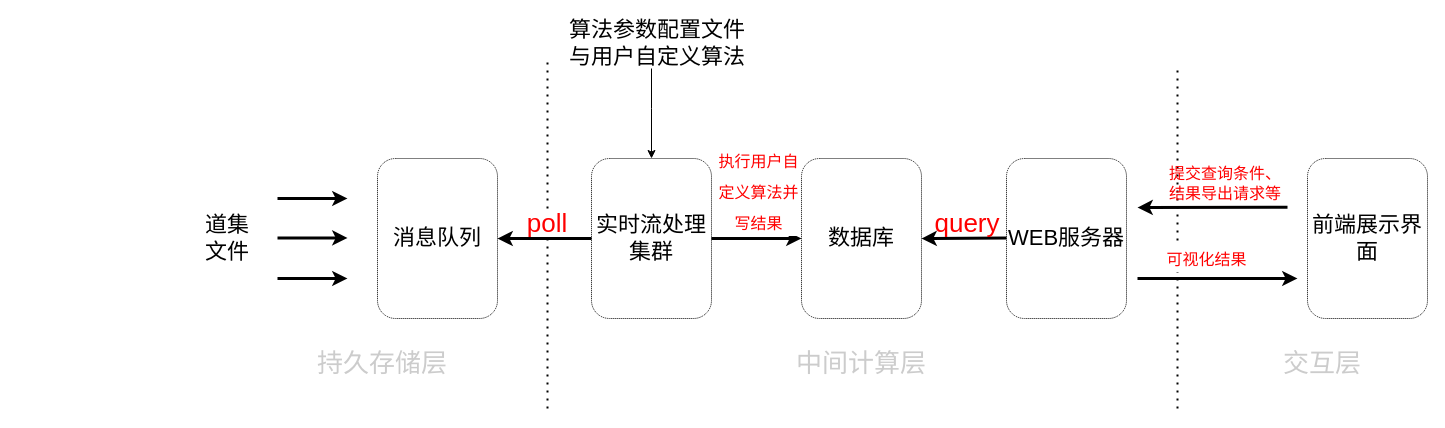
Before: page "Page-1" (1 of 2) of drawio/zsh_demo_structure.drawio in ChaseHuangxu/UselessRepoForSave, a draw.io diagram. Source tidied: cells renumbered, new cells numbered last; positions are measured from the earlier drawing's top-left corner, leaving out a move shared by most shapes. Both pictures are drawn from the tidied source at 100%, with x=0, y=0 at pixel (197, 28).
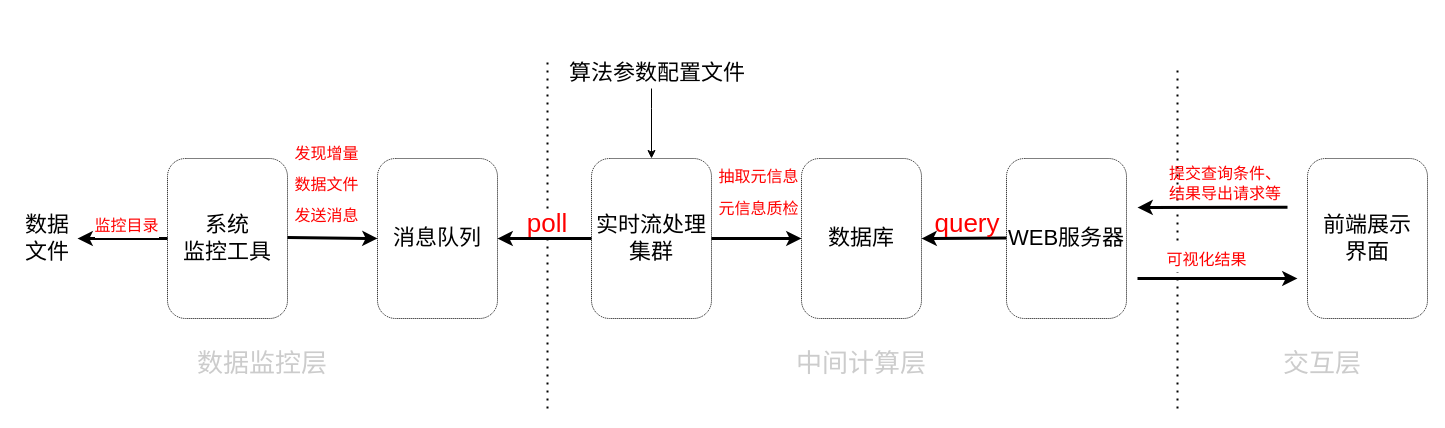
After the change.

Unchanged cells that the change refers to:
```xml
<mxCell id="2" value="&lt;font style=&quot;font-size: 22px&quot;&gt;消息队列&lt;/font&gt;" style="rounded=1;whiteSpace=wrap;html=1;dashed=1;dashPattern=1 1;fillColor=none;" parent="1" vertex="1">
  <mxGeometry x="180" y="130" width="120" height="160" as="geometry" />
</mxCell>
<mxCell id="3" value="&lt;font style=&quot;font-size: 22px&quot;&gt;实时流处理集群&lt;/font&gt;" style="rounded=1;whiteSpace=wrap;html=1;dashed=1;dashPattern=1 1;fillColor=none;" parent="1" vertex="1">
  <mxGeometry x="394" y="130" width="120" height="160" as="geometry" />
</mxCell>
<mxCell id="16" style="endArrow=classic;html=1;rounded=0;fontSize=22;strokeWidth=3;entryX=0;entryY=0.5;entryDx=0;entryDy=0;" parent="1" edge="1" target="4">
  <mxGeometry relative="1" as="geometry">
    <mxPoint x="514" y="210" as="sourcePoint" />
  </mxGeometry>
</mxCell>
```

The edit, as a diff of the source:
```diff
@@
-    <mxCell id="6" value="&lt;span style=&quot;font-size: 22px&quot;&gt;前端展示界面&lt;/span&gt;" style="rounded=1;whiteSpace=wrap;html=1;dashed=1;dashPattern=1 1;fillColor=none;" parent="1" vertex="1">
+    <mxCell id="6" value="&lt;span style=&quot;font-size: 22px&quot;&gt;前端展示&lt;br&gt;界面&lt;/span&gt;" style="rounded=1;whiteSpace=wrap;html=1;dashed=1;dashPattern=1 1;fillColor=none;" parent="1" vertex="1">
       <mxGeometry x="1110" y="130" width="120" height="160" as="geometry" />
     </mxCell>
-    <mxCell id="7" value="道集文件" style="text;html=1;strokeColor=none;fillColor=none;align=center;verticalAlign=middle;whiteSpace=wrap;rounded=0;dashed=1;dashPattern=1 1;fontSize=22;" parent="1" vertex="1">
-      <mxGeometry y="195" width="60" height="30" as="geometry" />
+    <mxCell id="7" value="数据文件" style="text;html=1;strokeColor=none;fillColor=none;align=center;verticalAlign=middle;whiteSpace=wrap;rounded=0;dashed=1;dashPattern=1 1;fontSize=22;" parent="1" vertex="1">
+      <mxGeometry x="-180" y="195" width="60" height="30" as="geometry" />
     </mxCell>
-    <mxCell id="8" style="endArrow=classic;html=1;rounded=0;fontSize=22;strokeWidth=3;" parent="1" edge="1">
-      <mxGeometry relative="1" as="geometry">
-        <mxPoint x="80" y="170" as="sourcePoint" />
-        <mxPoint x="150" y="170" as="targetPoint" />
-      </mxGeometry>
+    <mxCell id="8" style="endArrow=classic;html=1;rounded=0;fontSize=22;strokeWidth=3;exitX=0;exitY=0.5;exitDx=0;exitDy=0;" parent="1" edge="1" source="28" target="7">
+      <mxGeometry relative="1" as="geometry" />
     </mxCell>
-    <mxCell id="9" style="endArrow=classic;html=1;rounded=0;fontSize=22;strokeWidth=3;" parent="1" edge="1">
-      <mxGeometry relative="1" as="geometry">
-        <mxPoint x="80" y="209.4" as="sourcePoint" />
-        <mxPoint x="150" y="209.4" as="targetPoint" />
-      </mxGeometry>
-    </mxCell>
-    <mxCell id="10" style="endArrow=classic;html=1;rounded=0;fontSize=22;strokeWidth=3;" parent="1" edge="1">
-      <mxGeometry relative="1" as="geometry">
-        <mxPoint x="80" y="250" as="sourcePoint" />
-        <mxPoint x="150" y="250" as="targetPoint" />
-      </mxGeometry>
-    </mxCell>
@@
-    <mxCell id="12" value="&lt;font style=&quot;font-size: 26px&quot; color=&quot;#cccccc&quot;&gt;持久存储层&lt;/font&gt;" style="text;html=1;strokeColor=none;fillColor=none;align=center;verticalAlign=middle;whiteSpace=wrap;rounded=0;dashed=1;dashPattern=1 1;fontSize=22;" parent="1" vertex="1">
-      <mxGeometry x="90" y="320" width="190" height="30" as="geometry" />
+    <mxCell id="12" value="&lt;font style=&quot;font-size: 26px&quot; color=&quot;#cccccc&quot;&gt;数据监控层&lt;/font&gt;" style="text;html=1;strokeColor=none;fillColor=none;align=center;verticalAlign=middle;whiteSpace=wrap;rounded=0;dashed=1;dashPattern=1 1;fontSize=22;" parent="1" vertex="1">
+      <mxGeometry x="-30" y="320" width="190" height="30" as="geometry" />
     </mxCell>
@@
-    <mxCell id="17" value="&lt;font style=&quot;font-size: 16px&quot;&gt;执行用户自&lt;br&gt;定义算法并&lt;br&gt;写结果&lt;/font&gt;" style="edgeLabel;html=1;align=center;verticalAlign=middle;fontSize=26;fontColor=#FF0000;" parent="16" vertex="1">
+    <mxCell id="17" value="&lt;span style=&quot;font-size: 16px&quot;&gt;抽取元信息&lt;br&gt;&lt;/span&gt;&lt;font style=&quot;font-size: 16px&quot;&gt;元信息质检&lt;/font&gt;" style="edgeLabel;html=1;align=center;verticalAlign=middle;fontSize=26;fontColor=#FF0000;" parent="16" vertex="1">
       <mxGeometry x="-0.27" y="3" relative="1" as="geometry">
         <mxPoint x="13" y="-47" as="offset" />
       </mxGeometry>
     </mxCell>
@@
-    <mxCell id="24" value="&lt;font style=&quot;font-size: 22px&quot; color=&quot;#000000&quot;&gt;算法参数配置文件&lt;br&gt;与用户自定义算法&lt;/font&gt;" style="text;html=1;strokeColor=none;fillColor=none;align=center;verticalAlign=middle;whiteSpace=wrap;rounded=0;dashed=1;dashPattern=1 1;fontSize=16;fontColor=#FF0000;" parent="1" vertex="1">
-      <mxGeometry x="370" width="180" height="30" as="geometry" />
+    <mxCell id="24" value="&lt;font style=&quot;font-size: 22px&quot; color=&quot;#000000&quot;&gt;算法参数配置文件&lt;br&gt;&lt;/font&gt;" style="text;html=1;strokeColor=none;fillColor=none;align=center;verticalAlign=middle;whiteSpace=wrap;rounded=0;dashed=1;dashPattern=1 1;fontSize=16;fontColor=#FF0000;" parent="1" vertex="1">
+      <mxGeometry x="370" y="30" width="180" height="30" as="geometry" />
     </mxCell>
     <mxCell id="25" style="endArrow=classic;html=1;rounded=0;fontSize=22;strokeWidth=1;" parent="1" edge="1" target="3">
       <mxGeometry relative="1" as="geometry">
-        <mxPoint x="454" y="40" as="sourcePoint" />
+        <mxPoint x="454" y="60" as="sourcePoint" />
         <Array as="points">
           <mxPoint x="454" y="80" />
         </Array>
       </mxGeometry>
     </mxCell>
@@
+    <mxCell id="28" value="&lt;font style=&quot;font-size: 22px&quot;&gt;系统&lt;br&gt;监控工具&lt;/font&gt;" style="rounded=1;whiteSpace=wrap;html=1;dashed=1;dashPattern=1 1;fillColor=none;" parent="1" vertex="1">
+      <mxGeometry x="-30" y="130" width="120" height="160" as="geometry" />
+    </mxCell>
+    <mxCell id="29" style="endArrow=classic;html=1;rounded=0;fontSize=22;strokeWidth=3;entryX=0;entryY=0.5;entryDx=0;entryDy=0;" parent="1" edge="1" target="2">
+      <mxGeometry relative="1" as="geometry">
+        <mxPoint x="90" y="209" as="sourcePoint" />
+      </mxGeometry>
+    </mxCell>
+    <mxCell id="30" value="&lt;span style=&quot;font-size: 16px&quot;&gt;监控目录&lt;br&gt;&lt;/span&gt;" style="edgeLabel;html=1;align=center;verticalAlign=middle;fontSize=26;fontColor=#FF0000;" parent="1" vertex="1">
+      <mxGeometry x="-70" y="155" as="geometry">
+        <mxPoint x="-2" y="38" as="offset" />
+      </mxGeometry>
+    </mxCell>
+    <mxCell id="31" value="&lt;span style=&quot;font-size: 16px&quot;&gt;发现增量&lt;/span&gt;&lt;br style=&quot;font-size: 16px&quot;&gt;&lt;span style=&quot;font-size: 16px&quot;&gt;数据文件&lt;br&gt;&lt;/span&gt;&lt;span style=&quot;font-size: 16px&quot;&gt;发送消息&lt;/span&gt;" style="edgeLabel;html=1;align=center;verticalAlign=middle;fontSize=26;fontColor=#FF0000;" parent="1" vertex="1">
+      <mxGeometry x="140" y="160" as="geometry">
+        <mxPoint x="-12" y="-8" as="offset" />
+      </mxGeometry>
+    </mxCell>
```
